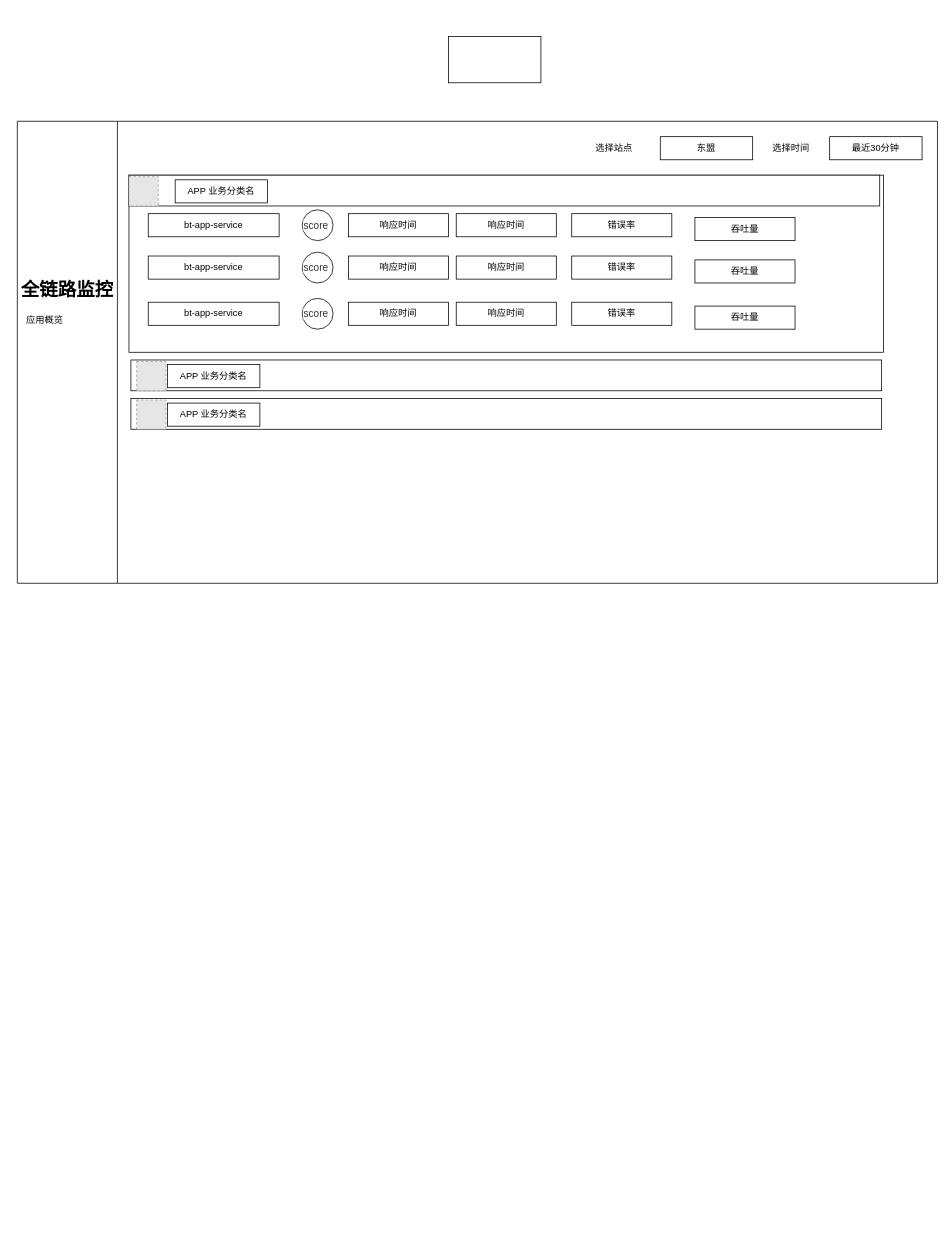
Earlier version of the draw.io diagram 2022-06-10全链路.drawio (463024907/zabbix-report). Source tidied: cells renumbered, new cells numbered last; positions are measured from the earlier drawing's top-left corner, leaving out a move shared by most shapes. Both pictures are drawn from the tidied source at 77%, with x=0, y=0 at pixel (17, 36). Pictures stored in the file or linked from it are replaced by grey dashed boxes.
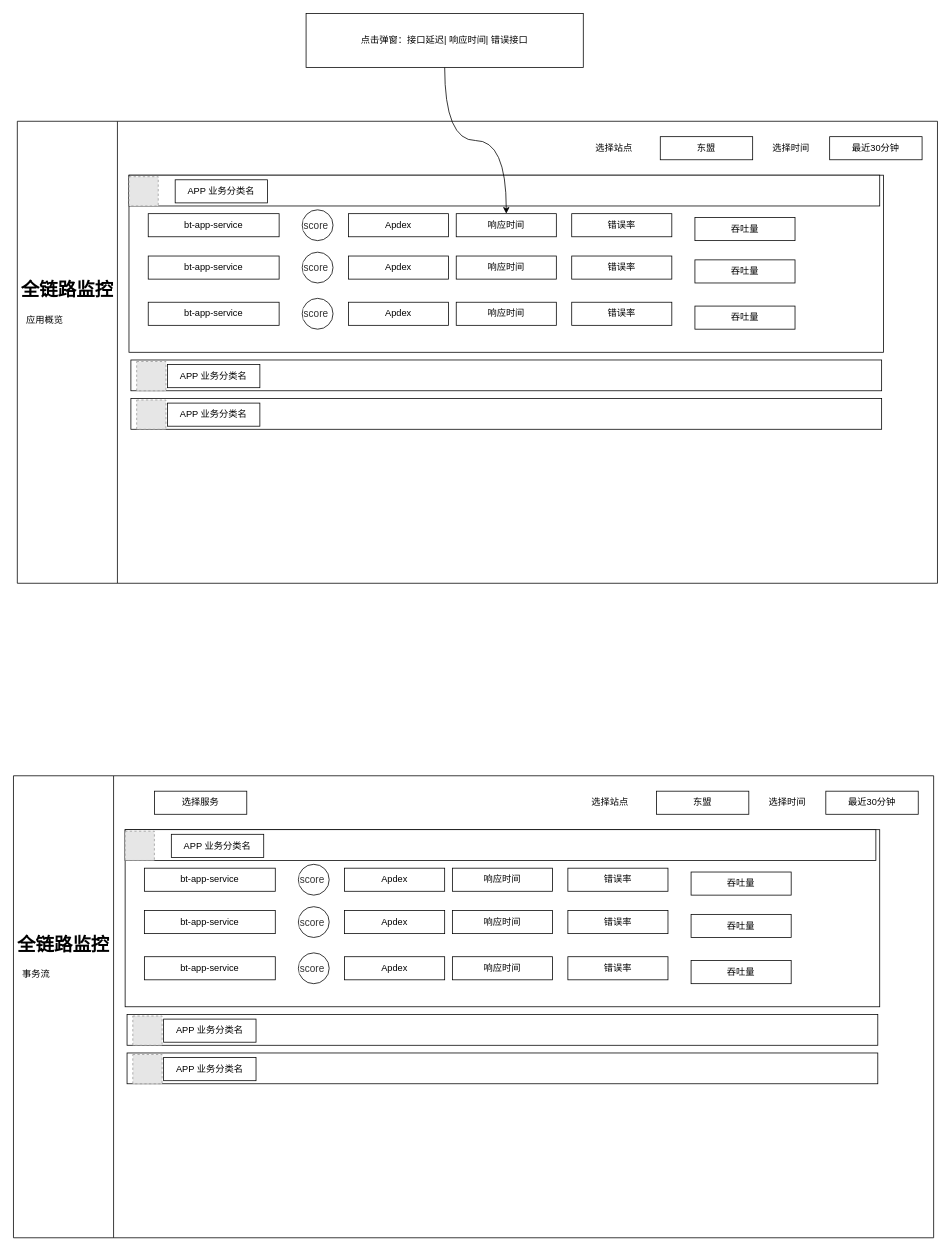
After the change.

Commit message:
更新2022-06-10全链路.drawio

The change refers to these unchanged cells:
```xml
<mxCell id="2" style="swimlane;horizontal=0;startSize=130;" parent="1" vertex="1">
  <mxGeometry y="110" width="1195" height="600" as="geometry" />
</mxCell>
<mxCell id="12" value="响应时间" style="rounded=0;whiteSpace=wrap;html=1;" parent="2" vertex="1">
  <mxGeometry x="570" y="120" width="130" height="30" as="geometry" />
</mxCell>
```

What changed in the source:
```diff
@@
-    <mxCell id="11" value="响应时间" style="rounded=0;whiteSpace=wrap;html=1;" parent="2" vertex="1">
+    <mxCell id="11" value="Apdex" style="rounded=0;whiteSpace=wrap;html=1;" parent="2" vertex="1">
       <mxGeometry x="430" y="120" width="130" height="30" as="geometry" />
     </mxCell>
@@
-    <mxCell id="17" value="响应时间" style="rounded=0;whiteSpace=wrap;html=1;" parent="2" vertex="1">
+    <mxCell id="17" value="Apdex" style="rounded=0;whiteSpace=wrap;html=1;" parent="2" vertex="1">
       <mxGeometry x="430" y="175" width="130" height="30" as="geometry" />
     </mxCell>
@@
-    <mxCell id="23" value="响应时间" style="rounded=0;whiteSpace=wrap;html=1;" parent="2" vertex="1">
+    <mxCell id="23" value="Apdex" style="rounded=0;whiteSpace=wrap;html=1;" parent="2" vertex="1">
       <mxGeometry x="430" y="235" width="130" height="30" as="geometry" />
     </mxCell>
@@
+    <mxCell id="37" style="edgeStyle=orthogonalEdgeStyle;rounded=0;jettySize=auto;html=1;curved=1;" parent="1" edge="1" source="36" target="12">
+      <mxGeometry relative="1" as="geometry" />
+    </mxCell>
-    <mxCell id="36" style="rounded=0;whiteSpace=wrap;html=1;" parent="1" vertex="1">
-      <mxGeometry x="560" width="120" height="60" as="geometry" />
+    <mxCell id="36" value="点击弹窗：接口延迟| 响应时间| 错误接口" style="rounded=0;whiteSpace=wrap;html=1;" parent="1" vertex="1">
+      <mxGeometry x="375" y="-30" width="360" height="70" as="geometry" />
     </mxCell>
+    <mxCell id="38" style="swimlane;horizontal=0;startSize=130;" parent="1" vertex="1">
+      <mxGeometry x="-5" y="960" width="1195" height="600" as="geometry" />
+    </mxCell>
+    <mxCell id="39" style="rounded=0;whiteSpace=wrap;html=1;" parent="38" vertex="1">
+      <mxGeometry x="145" y="70" width="980" height="230" as="geometry" />
+    </mxCell>
+    <mxCell id="40" value="&lt;h1&gt;全链路监控&lt;/h1&gt;&lt;div&gt;&amp;nbsp; 事务流&lt;/div&gt;" style="text;html=1;strokeColor=none;fillColor=none;spacing=5;spacingTop=-20;whiteSpace=wrap;overflow=hidden;rounded=0;" parent="38" vertex="1">
+      <mxGeometry y="200" width="130" height="190" as="geometry" />
+    </mxCell>
+    <mxCell id="41" value="东盟" style="rounded=0;whiteSpace=wrap;html=1;" parent="38" vertex="1">
+      <mxGeometry x="835" y="20" width="120" height="30" as="geometry" />
+    </mxCell>
+    <mxCell id="42" value="选择站点" style="text;html=1;strokeColor=none;fillColor=none;align=center;verticalAlign=middle;whiteSpace=wrap;rounded=0;" parent="38" vertex="1">
+      <mxGeometry x="745" y="20" width="60" height="30" as="geometry" />
+    </mxCell>
+    <mxCell id="43" value="选择时间" style="text;html=1;strokeColor=none;fillColor=none;align=center;verticalAlign=middle;whiteSpace=wrap;rounded=0;" parent="38" vertex="1">
+      <mxGeometry x="975" y="20" width="60" height="30" as="geometry" />
+    </mxCell>
+    <mxCell id="44" value="最近30分钟" style="rounded=0;whiteSpace=wrap;html=1;" parent="38" vertex="1">
+      <mxGeometry x="1055" y="20" width="120" height="30" as="geometry" />
+    </mxCell>
+    <mxCell id="45" value="bt-app-service" style="rounded=0;whiteSpace=wrap;html=1;" parent="38" vertex="1">
+      <mxGeometry x="170" y="120" width="170" height="30" as="geometry" />
+    </mxCell>
+    <mxCell id="46" value="&lt;span style=&quot;color: rgb(51, 51, 51); font-family: Arial, sans-serif; font-size: 13px; text-align: start; background-color: rgb(255, 255, 255);&quot;&gt;score&amp;nbsp;&lt;/span&gt;" style="ellipse;whiteSpace=wrap;html=1;" parent="38" vertex="1">
+      <mxGeometry x="370" y="115" width="40" height="40" as="geometry" />
+    </mxCell>
+    <mxCell id="47" value="Apdex" style="rounded=0;whiteSpace=wrap;html=1;" parent="38" vertex="1">
+      <mxGeometry x="430" y="120" width="130" height="30" as="geometry" />
+    </mxCell>
+    <mxCell id="48" value="响应时间" style="rounded=0;whiteSpace=wrap;html=1;" parent="38" vertex="1">
+      <mxGeometry x="570" y="120" width="130" height="30" as="geometry" />
+    </mxCell>
+    <mxCell id="49" value="错误率" style="rounded=0;whiteSpace=wrap;html=1;" parent="38" vertex="1">
+      <mxGeometry x="720" y="120" width="130" height="30" as="geometry" />
+    </mxCell>
+    <mxCell id="50" value="吞吐量" style="rounded=0;whiteSpace=wrap;html=1;" parent="38" vertex="1">
+      <mxGeometry x="880" y="125" width="130" height="30" as="geometry" />
+    </mxCell>
+    <mxCell id="51" value="bt-app-service" style="rounded=0;whiteSpace=wrap;html=1;" parent="38" vertex="1">
+      <mxGeometry x="170" y="175" width="170" height="30" as="geometry" />
+    </mxCell>
+    <mxCell id="52" value="&lt;span style=&quot;color: rgb(51, 51, 51); font-family: Arial, sans-serif; font-size: 13px; text-align: start; background-color: rgb(255, 255, 255);&quot;&gt;score&amp;nbsp;&lt;/span&gt;" style="ellipse;whiteSpace=wrap;html=1;" parent="38" vertex="1">
+      <mxGeometry x="370" y="170" width="40" height="40" as="geometry" />
+    </mxCell>
+    <mxCell id="53" value="Apdex" style="rounded=0;whiteSpace=wrap;html=1;" parent="38" vertex="1">
+      <mxGeometry x="430" y="175" width="130" height="30" as="geometry" />
+    </mxCell>
+    <mxCell id="54" value="响应时间" style="rounded=0;whiteSpace=wrap;html=1;" parent="38" vertex="1">
+      <mxGeometry x="570" y="175" width="130" height="30" as="geometry" />
+    </mxCell>
+    <mxCell id="55" value="错误率" style="rounded=0;whiteSpace=wrap;html=1;" parent="38" vertex="1">
+      <mxGeometry x="720" y="175" width="130" height="30" as="geometry" />
+    </mxCell>
+    <mxCell id="56" value="吞吐量" style="rounded=0;whiteSpace=wrap;html=1;" parent="38" vertex="1">
+      <mxGeometry x="880" y="180" width="130" height="30" as="geometry" />
+    </mxCell>
+    <mxCell id="57" value="bt-app-service" style="rounded=0;whiteSpace=wrap;html=1;" parent="38" vertex="1">
+      <mxGeometry x="170" y="235" width="170" height="30" as="geometry" />
+    </mxCell>
+    <mxCell id="58" value="&lt;span style=&quot;color: rgb(51, 51, 51); font-family: Arial, sans-serif; font-size: 13px; text-align: start; background-color: rgb(255, 255, 255);&quot;&gt;score&amp;nbsp;&lt;/span&gt;" style="ellipse;whiteSpace=wrap;html=1;" parent="38" vertex="1">
+      <mxGeometry x="370" y="230" width="40" height="40" as="geometry" />
+    </mxCell>
+    <mxCell id="59" value="Apdex" style="rounded=0;whiteSpace=wrap;html=1;" parent="38" vertex="1">
+      <mxGeometry x="430" y="235" width="130" height="30" as="geometry" />
+    </mxCell>
+    <mxCell id="60" value="响应时间" style="rounded=0;whiteSpace=wrap;html=1;" parent="38" vertex="1">
+      <mxGeometry x="570" y="235" width="130" height="30" as="geometry" />
+    </mxCell>
+    <mxCell id="61" value="错误率" style="rounded=0;whiteSpace=wrap;html=1;" parent="38" vertex="1">
+      <mxGeometry x="720" y="235" width="130" height="30" as="geometry" />
+    </mxCell>
+    <mxCell id="62" value="吞吐量" style="rounded=0;whiteSpace=wrap;html=1;" parent="38" vertex="1">
+      <mxGeometry x="880" y="240" width="130" height="30" as="geometry" />
+    </mxCell>
+    <mxCell id="63" style="rounded=0;whiteSpace=wrap;html=1;" parent="38" vertex="1">
+      <mxGeometry x="145" y="70" width="975" height="40" as="geometry" />
+    </mxCell>
+    <mxCell id="64" style="fillColor=#E6E6E6;strokeColor=#999999;dashed=1;html=1;verticalAlign=top;verticalLabelPosition=bottom;labelBackgroundColor=#ffffff;" parent="38" vertex="1">
+      <mxGeometry x="145" y="72" width="38" height="38" as="geometry" />
+    </mxCell>
+    <mxCell id="65" value="APP 业务分类名" style="rounded=0;whiteSpace=wrap;html=1;" parent="38" vertex="1">
+      <mxGeometry x="205" y="76" width="120" height="30" as="geometry" />
+    </mxCell>
+    <mxCell id="66" style="rounded=0;whiteSpace=wrap;html=1;" parent="38" vertex="1">
+      <mxGeometry x="147.5" y="310" width="975" height="40" as="geometry" />
+    </mxCell>
+    <mxCell id="67" style="fillColor=#E6E6E6;strokeColor=#999999;dashed=1;html=1;verticalAlign=top;verticalLabelPosition=bottom;labelBackgroundColor=#ffffff;" parent="38" vertex="1">
+      <mxGeometry x="155" y="312" width="38" height="38" as="geometry" />
+    </mxCell>
+    <mxCell id="68" value="APP 业务分类名" style="rounded=0;whiteSpace=wrap;html=1;" parent="38" vertex="1">
+      <mxGeometry x="195" y="316" width="120" height="30" as="geometry" />
+    </mxCell>
+    <mxCell id="69" style="rounded=0;whiteSpace=wrap;html=1;" parent="38" vertex="1">
+      <mxGeometry x="147.5" y="360" width="975" height="40" as="geometry" />
+    </mxCell>
+    <mxCell id="70" style="fillColor=#E6E6E6;strokeColor=#999999;dashed=1;html=1;verticalAlign=top;verticalLabelPosition=bottom;labelBackgroundColor=#ffffff;" parent="38" vertex="1">
+      <mxGeometry x="155" y="362" width="38" height="38" as="geometry" />
+    </mxCell>
+    <mxCell id="71" value="APP 业务分类名" style="rounded=0;whiteSpace=wrap;html=1;" parent="38" vertex="1">
+      <mxGeometry x="195" y="366" width="120" height="30" as="geometry" />
+    </mxCell>
+    <mxCell id="72" value="选择服务" style="rounded=0;whiteSpace=wrap;html=1;" parent="38" vertex="1">
+      <mxGeometry x="183" y="20" width="120" height="30" as="geometry" />
+    </mxCell>
```
